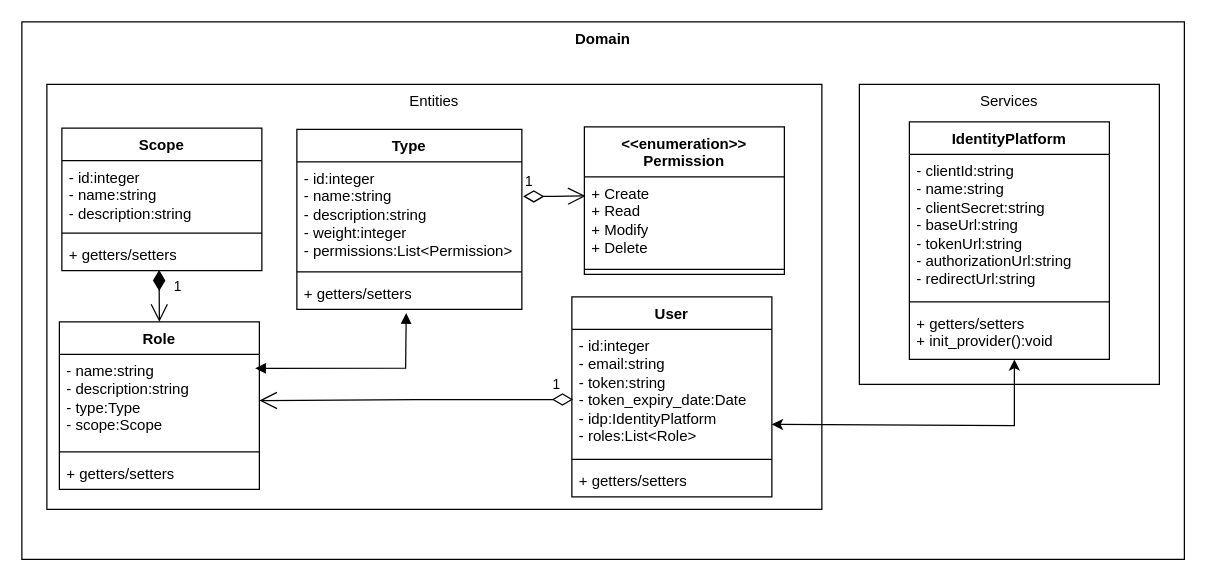
Above: page "Micro - Dominio" (2 of 9) of docs/static/Esquemas.drawio in jdarguello/MELI-Challenge (draw.io), before the change. Source tidied: cells renumbered, new cells numbered last; positions are measured from the earlier drawing's top-left corner, leaving out a move shared by most shapes. Both pictures are drawn from the tidied source at 125%, with x=0, y=0 at pixel (21, 21).
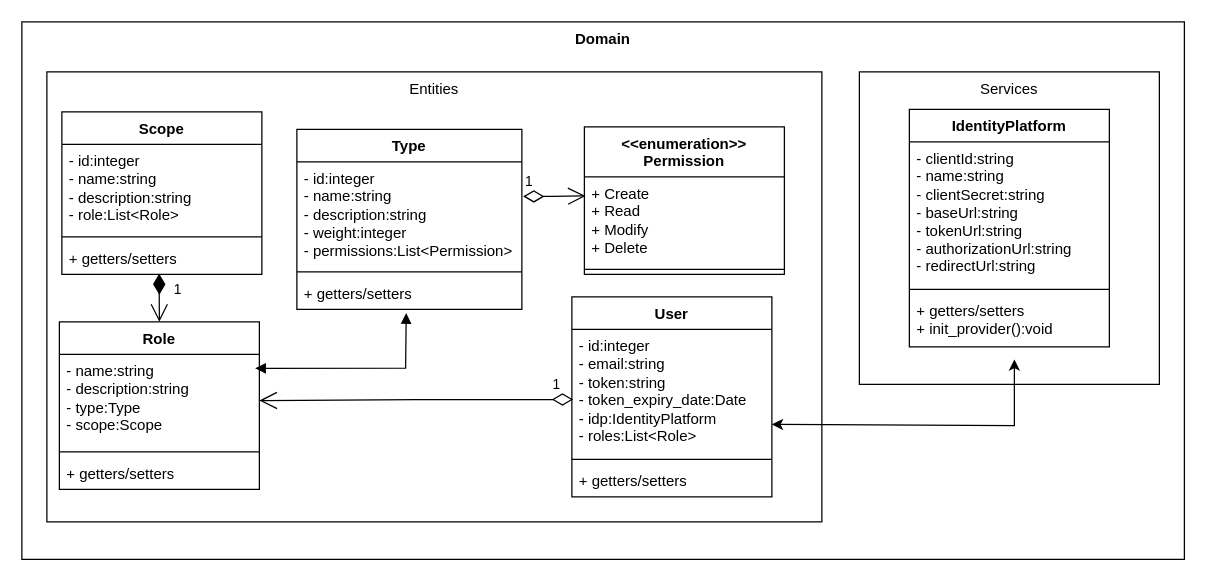
Above is the later version.

What changed in the source:
```diff
@@
     <mxCell id="3" value="Entities" style="rounded=0;whiteSpace=wrap;html=1;verticalAlign=top;" parent="1" vertex="1">
-      <mxGeometry x="20" y="50" width="620" height="340" as="geometry" />
+      <mxGeometry x="20" y="40" width="620" height="360" as="geometry" />
     </mxCell>
@@
     <mxCell id="19" value="Scope" style="swimlane;fontStyle=1;align=center;verticalAlign=top;horizontal=1;startSize=26;whiteSpace=wrap;html=1;" parent="1" vertex="1">
-      <mxGeometry x="32" y="85" width="160" height="114" as="geometry" />
+      <mxGeometry x="32" y="72" width="160" height="130" as="geometry" />
     </mxCell>
-    <mxCell id="20" value="&lt;div&gt;- id:integer&lt;/div&gt;- name:string&lt;div&gt;- description:string&lt;/div&gt;" style="text;strokeColor=none;fillColor=none;align=left;verticalAlign=top;spacingLeft=4;spacingRight=4;overflow=hidden;whiteSpace=wrap;html=1;" parent="19" vertex="1">
-      <mxGeometry y="26" width="160" height="54" as="geometry" />
+    <mxCell id="20" value="&lt;div&gt;- id:integer&lt;/div&gt;- name:string&lt;div&gt;- description:string&lt;/div&gt;&lt;div&gt;- role:List&amp;lt;Role&amp;gt;&lt;/div&gt;" style="text;strokeColor=none;fillColor=none;align=left;verticalAlign=top;spacingLeft=4;spacingRight=4;overflow=hidden;whiteSpace=wrap;html=1;" parent="19" vertex="1">
+      <mxGeometry y="26" width="160" height="70" as="geometry" />
     </mxCell>
     <mxCell id="21" style="line;strokeWidth=1;fillColor=none;align=left;verticalAlign=middle;spacingTop=-1;spacingLeft=3;spacingRight=3;labelPosition=right;strokeColor=inherit;" parent="19" vertex="1">
-      <mxGeometry y="80" width="160" height="8" as="geometry" />
+      <mxGeometry y="96" width="160" height="8" as="geometry" />
     </mxCell>
     <mxCell id="22" value="+ getters/setters" style="text;strokeColor=none;fillColor=none;align=left;verticalAlign=top;spacingLeft=4;spacingRight=4;overflow=hidden;points=[[0,0.5],[1,0.5]];portConstraint=eastwest;whiteSpace=wrap;html=1;" parent="19" vertex="1">
-      <mxGeometry y="88" width="160" height="26" as="geometry" />
+      <mxGeometry y="104" width="160" height="26" as="geometry" />
     </mxCell>
@@
     <mxCell id="27" value="Services" style="rounded=0;whiteSpace=wrap;html=1;verticalAlign=top;" parent="1" vertex="1">
-      <mxGeometry x="670" y="50" width="240" height="240" as="geometry" />
+      <mxGeometry x="670" y="40" width="240" height="250" as="geometry" />
     </mxCell>
     <mxCell id="28" value="IdentityPlatform" style="swimlane;fontStyle=1;align=center;verticalAlign=top;horizontal=1;startSize=26;whiteSpace=wrap;html=1;" parent="1" vertex="1">
-      <mxGeometry x="710" y="80" width="160" height="190" as="geometry" />
+      <mxGeometry x="710" y="70" width="160" height="190" as="geometry" />
     </mxCell>
```
